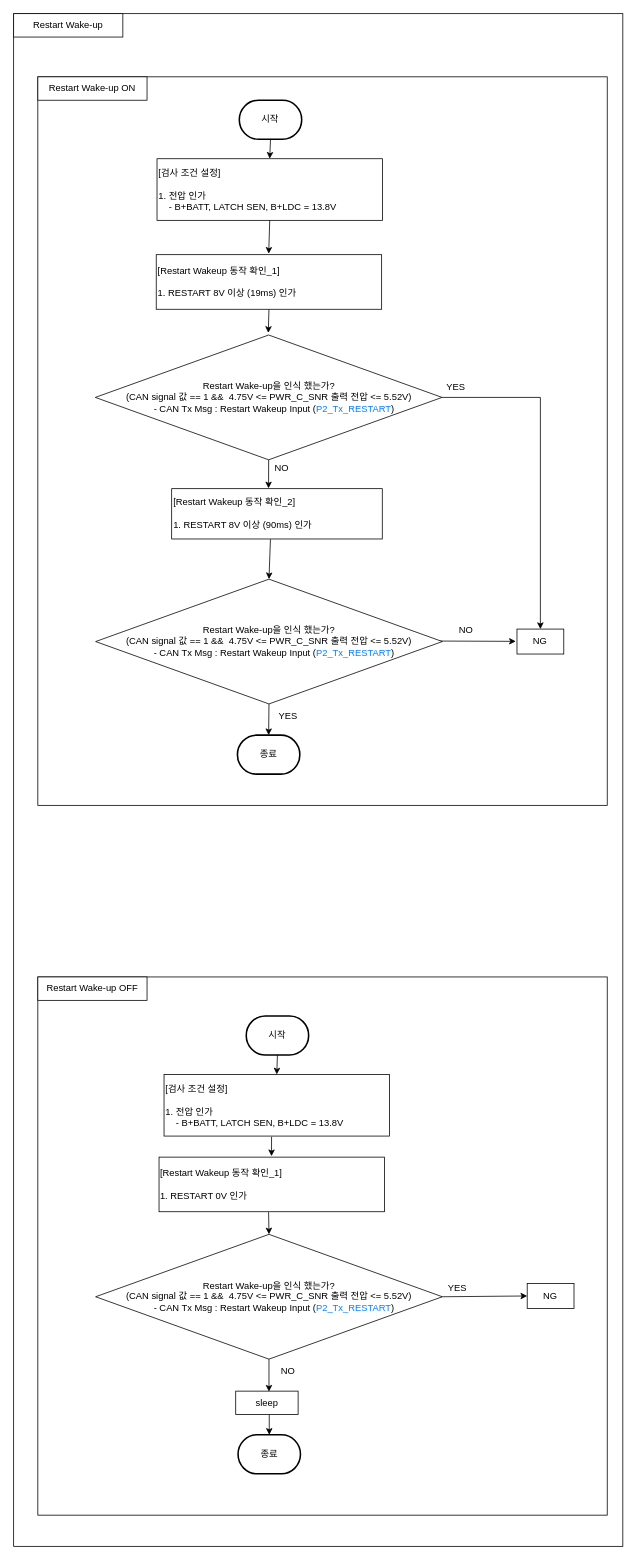
Earlier version of the draw.io diagram RESTART Wake-up.drawio (chaeyoonl/state-transition-diagram-test). Source tidied: cells renumbered, new cells numbered last; positions are measured from the earlier drawing's top-left corner, leaving out a move shared by most shapes. Both pictures are drawn from the tidied source at 78%, with x=0, y=0 at pixel (13, 13).
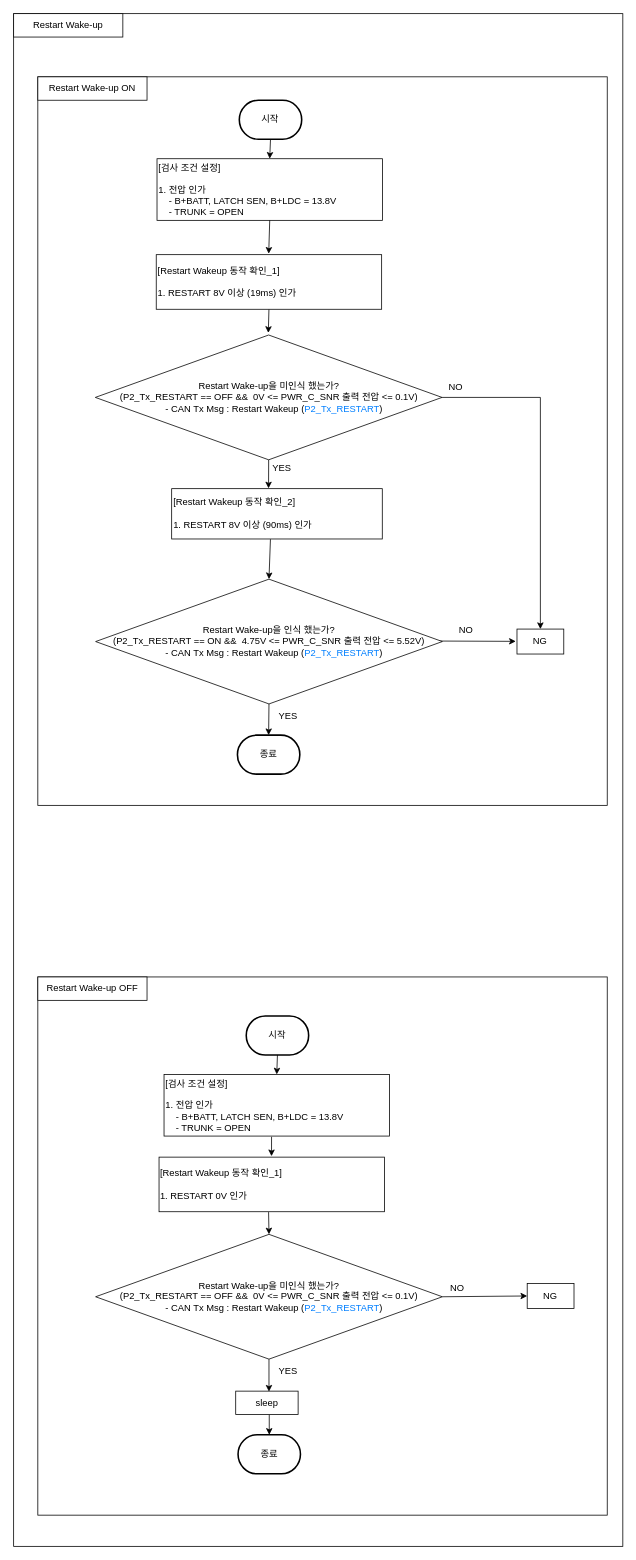
Above is the later version.

Diff of the diagram source:
```diff
@@
-    <mxCell id="7" value="[검사 조건 설정]&lt;br&gt;&lt;br&gt;1. 전압 인가&lt;br&gt;&amp;nbsp; &amp;nbsp; - B+BATT, LATCH SEN, B+LDC = 13.8V" style="rounded=0;whiteSpace=wrap;html=1;align=left;" parent="1" vertex="1">
+    <mxCell id="7" value="[검사 조건 설정]&lt;br&gt;&lt;br&gt;1. 전압 인가&lt;br&gt;&amp;nbsp; &amp;nbsp; - B+BATT, LATCH SEN, B+LDC = 13.8V&lt;br&gt;&amp;nbsp; &amp;nbsp; - TRUNK = OPEN" style="rounded=0;whiteSpace=wrap;html=1;align=left;" parent="1" vertex="1">
       <mxGeometry x="183.8" y="186" width="289" height="79" as="geometry" />
     </mxCell>
-    <mxCell id="8" value="Restart Wake-up을 인식 했는가?&lt;br&gt;(CAN signal 값 == 1 &amp;amp;&amp;amp;&amp;nbsp;&amp;nbsp;4.75V &amp;lt;= PWR_C_SNR 출력 전압 &amp;lt;= 5.52V)&lt;br&gt;&amp;nbsp; &amp;nbsp; - CAN Tx Msg : Restart Wakeup Input&amp;nbsp;&lt;span style=&quot;text-align: left;&quot;&gt;(&lt;/span&gt;&lt;font style=&quot;border-color: var(--border-color); text-align: left;&quot; color=&quot;#007fff&quot;&gt;P2_Tx_RESTART&lt;/font&gt;&lt;span style=&quot;text-align: left;&quot;&gt;)&lt;/span&gt;" style="rhombus;whiteSpace=wrap;html=1;" parent="1" vertex="1">
+    <mxCell id="8" value="Restart Wake-up을 미인식 했는가?&lt;br&gt;(P2_Tx_RESTART&amp;nbsp;== OFF &amp;amp;&amp;amp;&amp;nbsp;&amp;nbsp;0V &amp;lt;= PWR_C_SNR 출력 전압 &amp;lt;= 0.1V)&lt;br&gt;&amp;nbsp; &amp;nbsp; - CAN Tx Msg : Restart Wakeup &lt;span style=&quot;text-align: left;&quot;&gt;(&lt;/span&gt;&lt;font style=&quot;border-color: var(--border-color); text-align: left;&quot; color=&quot;#007fff&quot;&gt;P2_Tx_RESTART&lt;/font&gt;&lt;span style=&quot;text-align: left;&quot;&gt;)&lt;/span&gt;" style="rhombus;whiteSpace=wrap;html=1;" parent="1" vertex="1">
       <mxGeometry x="104.7" y="412" width="444.5" height="160" as="geometry" />
     </mxCell>
@@
-    <mxCell id="12" value="NO" style="text;html=1;strokeColor=none;fillColor=none;align=center;verticalAlign=middle;whiteSpace=wrap;rounded=0;" parent="1" vertex="1">
+    <mxCell id="12" value="YES" style="text;html=1;strokeColor=none;fillColor=none;align=center;verticalAlign=middle;whiteSpace=wrap;rounded=0;" parent="1" vertex="1">
       <mxGeometry x="313.9" y="568" width="60" height="30" as="geometry" />
     </mxCell>
@@
-    <mxCell id="16" value="YES" style="text;html=1;strokeColor=none;fillColor=none;align=center;verticalAlign=middle;whiteSpace=wrap;rounded=0;" parent="1" vertex="1">
+    <mxCell id="16" value="NO" style="text;html=1;strokeColor=none;fillColor=none;align=center;verticalAlign=middle;whiteSpace=wrap;rounded=0;" parent="1" vertex="1">
       <mxGeometry x="536.9" y="464" width="60" height="30" as="geometry" />
     </mxCell>
@@
-    <mxCell id="22" value="Restart Wake-up을 인식 했는가?&lt;br&gt;(CAN signal 값 == 1 &amp;amp;&amp;amp;&amp;nbsp;&amp;nbsp;4.75V &amp;lt;= PWR_C_SNR 출력 전압 &amp;lt;= 5.52V)&lt;br&gt;&amp;nbsp; &amp;nbsp; - CAN Tx Msg : Restart Wakeup Input&amp;nbsp;&lt;span style=&quot;text-align: left;&quot;&gt;(&lt;/span&gt;&lt;font style=&quot;border-color: var(--border-color); text-align: left;&quot; color=&quot;#007fff&quot;&gt;P2_Tx_RESTART&lt;/font&gt;&lt;span style=&quot;text-align: left;&quot;&gt;)&lt;/span&gt;" style="rhombus;whiteSpace=wrap;html=1;" parent="1" vertex="1">
+    <mxCell id="22" value="Restart Wake-up을 인식 했는가?&lt;br&gt;(P2_Tx_RESTART&amp;nbsp;== ON &amp;amp;&amp;amp;&amp;nbsp;&amp;nbsp;4.75V &amp;lt;= PWR_C_SNR 출력 전압 &amp;lt;= 5.52V)&lt;br&gt;&amp;nbsp; &amp;nbsp; - CAN Tx Msg : Restart Wakeup &lt;span style=&quot;text-align: left;&quot;&gt;(&lt;/span&gt;&lt;font style=&quot;border-color: var(--border-color); text-align: left;&quot; color=&quot;#007fff&quot;&gt;P2_Tx_RESTART&lt;/font&gt;&lt;span style=&quot;text-align: left;&quot;&gt;)&lt;/span&gt;" style="rhombus;whiteSpace=wrap;html=1;" parent="1" vertex="1">
       <mxGeometry x="105.1" y="725" width="444.5" height="160" as="geometry" />
     </mxCell>
@@
-    <mxCell id="33" value="NO" style="text;html=1;strokeColor=none;fillColor=none;align=center;verticalAlign=middle;whiteSpace=wrap;rounded=0;" parent="1" vertex="1">
+    <mxCell id="33" value="YES" style="text;html=1;strokeColor=none;fillColor=none;align=center;verticalAlign=middle;whiteSpace=wrap;rounded=0;" parent="1" vertex="1">
       <mxGeometry x="322.4" y="1726" width="60" height="30" as="geometry" />
     </mxCell>
-    <mxCell id="34" value="YES" style="text;html=1;strokeColor=none;fillColor=none;align=center;verticalAlign=middle;whiteSpace=wrap;rounded=0;" parent="1" vertex="1">
+    <mxCell id="34" value="NO" style="text;html=1;strokeColor=none;fillColor=none;align=center;verticalAlign=middle;whiteSpace=wrap;rounded=0;" parent="1" vertex="1">
       <mxGeometry x="539.4" y="1619" width="60" height="30" as="geometry" />
     </mxCell>
@@
-    <mxCell id="36" value="[검사 조건 설정]&lt;br&gt;&lt;br&gt;1. 전압 인가&lt;br&gt;&amp;nbsp; &amp;nbsp; - B+BATT, LATCH SEN, B+LDC = 13.8V" style="rounded=0;whiteSpace=wrap;html=1;align=left;" parent="1" vertex="1">
+    <mxCell id="36" value="[검사 조건 설정]&lt;br&gt;&lt;br&gt;1. 전압 인가&lt;br&gt;&amp;nbsp; &amp;nbsp; - B+BATT, LATCH SEN, B+LDC = 13.8V&lt;br&gt;&amp;nbsp; &amp;nbsp; - TRUNK = OPEN" style="rounded=0;whiteSpace=wrap;html=1;align=left;" parent="1" vertex="1">
       <mxGeometry x="192.8" y="1360" width="289" height="79" as="geometry" />
     </mxCell>
@@
-    <mxCell id="41" value="Restart Wake-up을 인식 했는가?&lt;br&gt;(CAN signal 값 == 1 &amp;amp;&amp;amp;&amp;nbsp;&amp;nbsp;4.75V &amp;lt;= PWR_C_SNR 출력 전압 &amp;lt;= 5.52V)&lt;br&gt;&amp;nbsp; &amp;nbsp; - CAN Tx Msg : Restart Wakeup Input&amp;nbsp;&lt;span style=&quot;text-align: left;&quot;&gt;(&lt;/span&gt;&lt;font style=&quot;border-color: var(--border-color); text-align: left;&quot; color=&quot;#007fff&quot;&gt;P2_Tx_RESTART&lt;/font&gt;&lt;span style=&quot;text-align: left;&quot;&gt;)&lt;/span&gt;" style="rhombus;whiteSpace=wrap;html=1;" parent="1" vertex="1">
+    <mxCell id="41" value="Restart Wake-up을 미인식 했는가?&lt;br style=&quot;border-color: var(--border-color);&quot;&gt;(P2_Tx_RESTART&amp;nbsp;== OFF &amp;amp;&amp;amp;&amp;nbsp;&amp;nbsp;0V &amp;lt;= PWR_C_SNR 출력 전압 &amp;lt;= 0.1V)&lt;br style=&quot;border-color: var(--border-color);&quot;&gt;&amp;nbsp; &amp;nbsp; - CAN Tx Msg : Restart Wakeup&amp;nbsp;(&lt;font style=&quot;border-color: var(--border-color); text-align: left;&quot; color=&quot;#007fff&quot;&gt;P2_Tx_RESTART&lt;/font&gt;&lt;span style=&quot;border-color: var(--border-color); text-align: left;&quot;&gt;)&lt;/span&gt;" style="rhombus;whiteSpace=wrap;html=1;" parent="1" vertex="1">
       <mxGeometry x="105.1" y="1565" width="444.5" height="160" as="geometry" />
     </mxCell>
```
